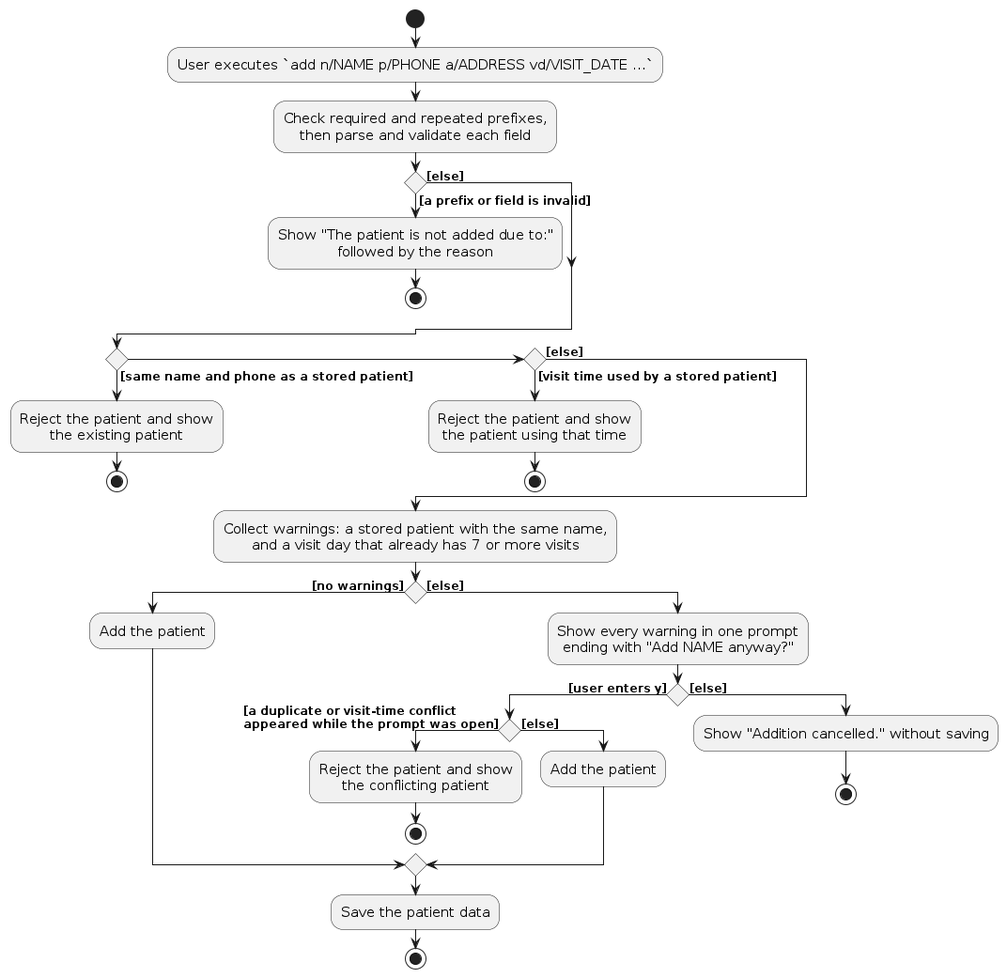
The PlantUML diagram diagrams/AddCommandActivityDiagram.png in AY2627S1-CS2103T-T09-4/tp, before a commit. Its source is kept beside it as diagrams/AddCommandActivityDiagram.puml. Its diagram source:
```plantuml
@startuml
!include style.puml
skinparam ActivityFontSize 15
skinparam ArrowFontSize 12

start
:User executes `add n/NAME p/PHONE a/ADDRESS vd/VISIT_DATE ...`;
:Check required and repeated prefixes,
then parse and validate each field;

if () then ([a prefix or field is invalid])
    :Show "The patient is not added due to:"
    followed by the reason;
    stop
else ([else])
endif

if () then ([same name and phone as a stored patient])
    :Reject the patient and show
    the existing patient;
    stop
elseif () then ([visit time used by a stored patient])
    :Reject the patient and show
    the patient using that time;
    stop
else ([else])
endif

:Collect warnings: a stored patient with the same name,
and a visit day that already has 7 or more visits;

if () then ([no warnings])
    :Add the patient;
else ([else])
    :Show every warning in one prompt
    ending with "Add NAME anyway?";
    if () then ([user enters y])
        if () then ([a duplicate or visit-time conflict\nappeared while the prompt was open])
            :Reject the patient and show
            the conflicting patient;
            stop
        else ([else])
            :Add the patient;
        endif
    else ([else])
        :Show "Addition cancelled." without saving;
        stop
    endif
endif

:Save the patient data;
stop
@enduml
```
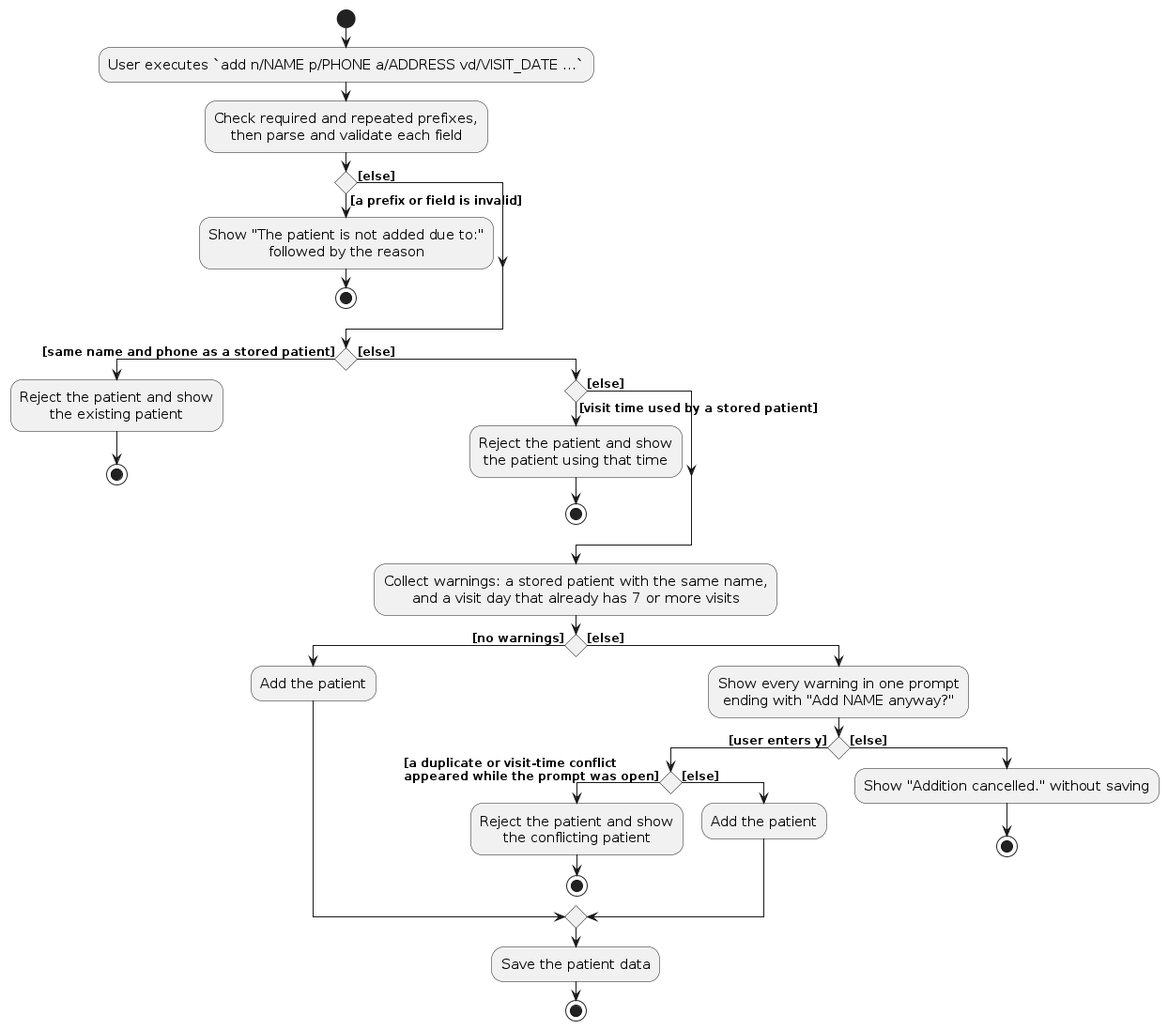
Later version of the same file.

What changed in the source:
```diff
@@ -19,7 +19,8 @@
     :Reject the patient and show
     the existing patient;
     stop
-elseif () then ([visit time used by a stored patient])
+else ([else])
+if () then ([visit time used by a stored patient])
     :Reject the patient and show
     the patient using that time;
     stop
```
